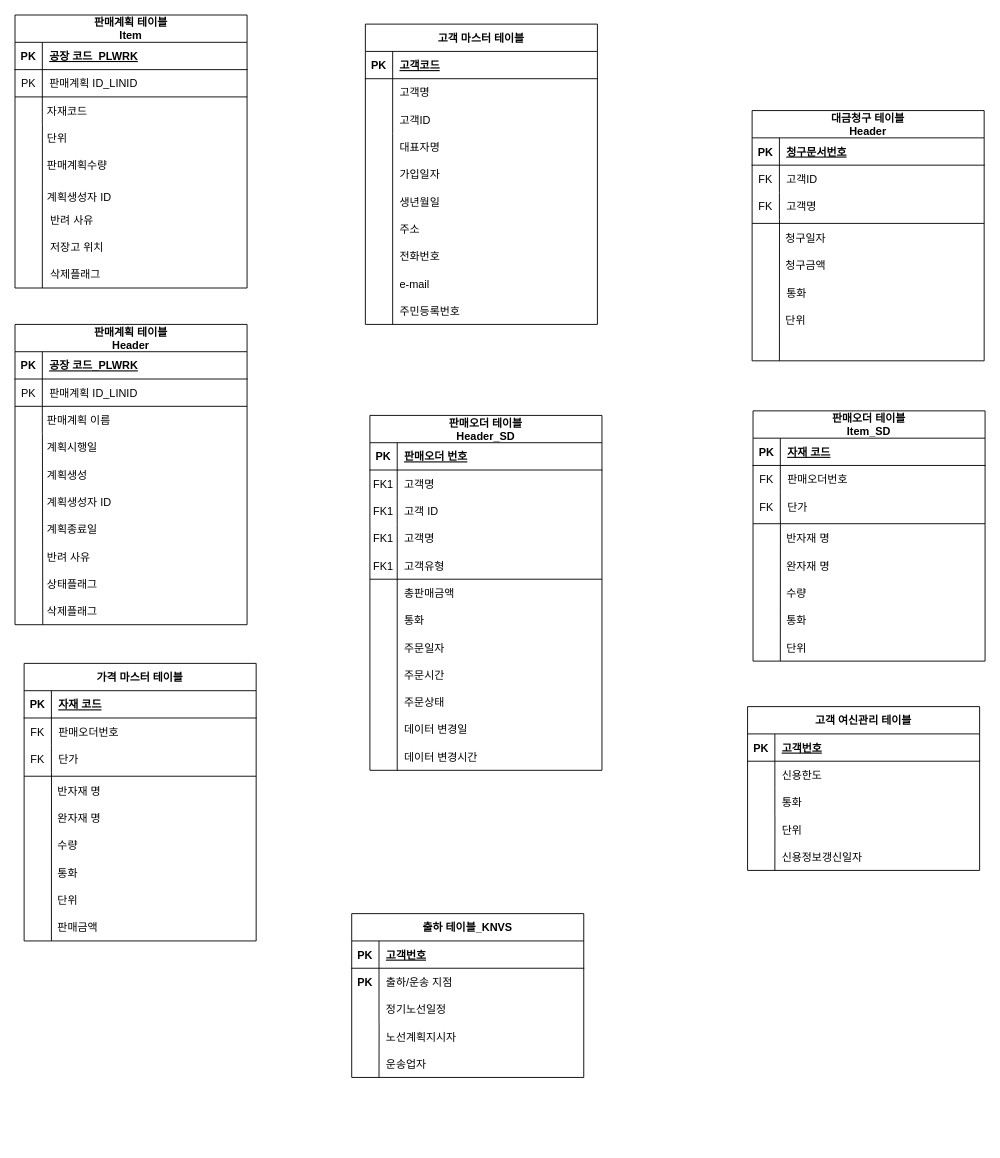
theboxx/haha keeps this draw.io diagram as ERD.drawio. Above is the earlier version. Source tidied: cells renumbered, new cells numbered last; positions are measured from the earlier drawing's top-left corner, leaving out a move shared by most shapes. Both pictures are drawn from the tidied source at 91%, with x=0, y=0 at pixel (15, 15).
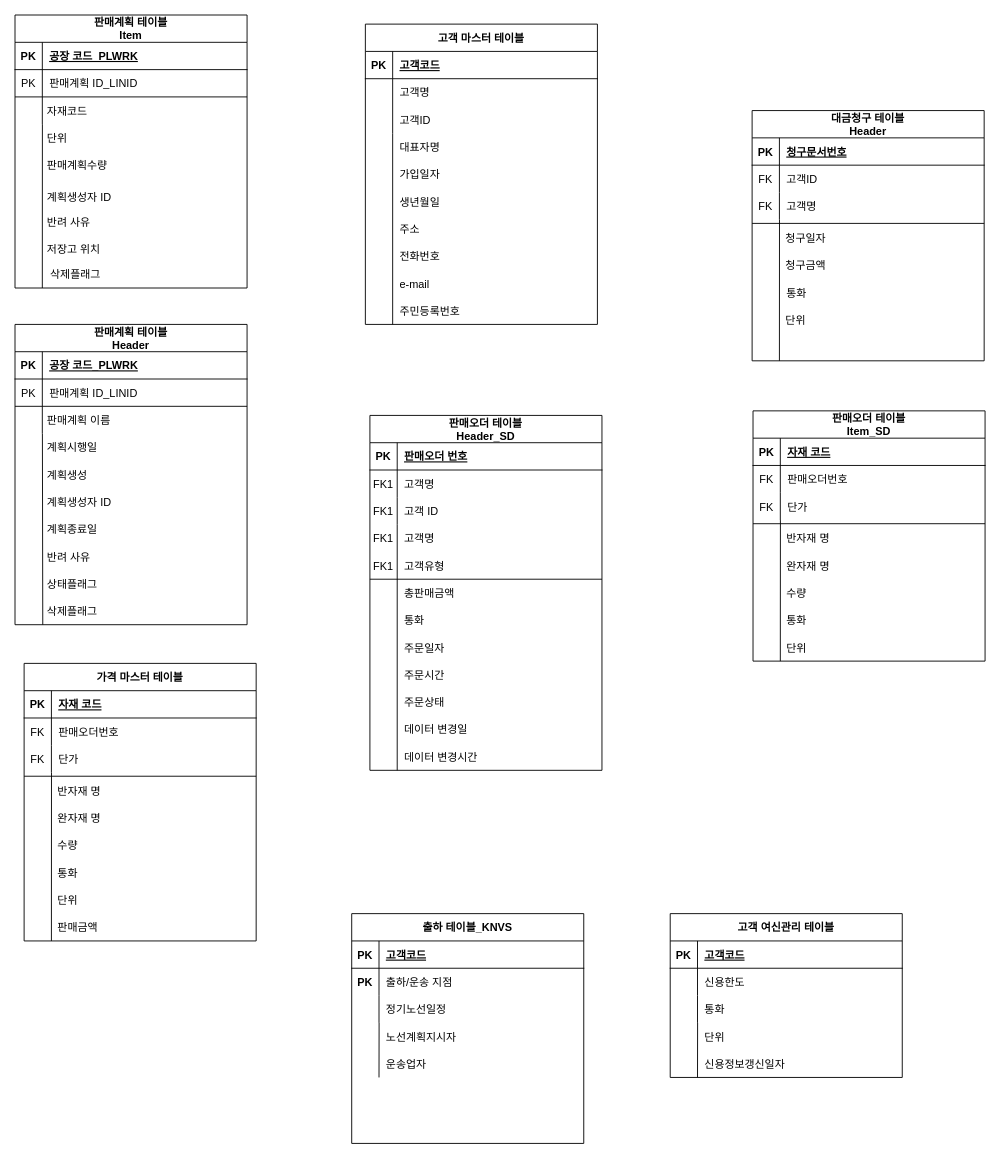
Above is the later version.

Unchanged cells that the change refers to:
```xml
<mxCell id="134" style="shape=partialRectangle;fillColor=none;top=0;left=0;right=0;bottom=1;" parent="133" vertex="1">
  <mxGeometry y="30" width="255" height="30" as="geometry" />
</mxCell>
<mxCell id="140" style="shape=partialRectangle;fillColor=none;points=[[0,0.5],[1,0.5]];portConstraint=eastwest;top=0;left=0;right=0;bottom=0;" parent="133" vertex="1">
  <mxGeometry y="90" width="255" height="30" as="geometry" />
</mxCell>
<mxCell id="149" style="shape=partialRectangle;fillColor=none;top=0;left=0;right=0;bottom=1;" parent="148" vertex="1">
  <mxGeometry y="30" width="255" height="30" as="geometry" />
</mxCell>
```

The edit, as a diff of the source:
```diff
@@
     <mxCell id="113" value="반려 사유" style="shape=partialRectangle;overflow=hidden;fillColor=none;top=0;left=0;bottom=0;right=0;align=left;spacingLeft=6;" parent="1" vertex="1">
-      <mxGeometry x="31" y="210" width="220" height="30" as="geometry" />
+      <mxGeometry x="27.5" y="212.5" width="220" height="30" as="geometry" />
     </mxCell>
@@
     <mxCell id="116" value="저장고 위치" style="shape=partialRectangle;overflow=hidden;fillColor=none;top=0;left=0;bottom=0;right=0;align=left;spacingLeft=6;" parent="1" vertex="1">
-      <mxGeometry x="31" y="240" width="220" height="30" as="geometry" />
+      <mxGeometry x="27.5" y="242.5" width="220" height="30" as="geometry" />
     </mxCell>
@@
     <mxCell id="133" value="고객 여신관리 테이블" style="shape=table;startSize=30;childLayout=tableLayout;rowLines=0;fontStyle=1;align=center;" parent="1" vertex="1">
-      <mxGeometry x="805" y="760" width="255" height="180" as="geometry" />
+      <mxGeometry x="720" y="987.5" width="255" height="180" as="geometry" />
     </mxCell>
@@
-    <mxCell id="136" value="고객번호" style="shape=partialRectangle;overflow=hidden;fillColor=none;top=0;left=0;bottom=0;right=0;align=left;spacingLeft=6;fontStyle=5;" parent="134" vertex="1">
+    <mxCell id="136" value="고객코드" style="shape=partialRectangle;overflow=hidden;fillColor=none;top=0;left=0;bottom=0;right=0;align=left;spacingLeft=6;fontStyle=5;" parent="134" vertex="1">
       <mxGeometry x="30" width="225" height="30" as="geometry" />
     </mxCell>
@@
     <mxCell id="143" style="endArrow=none;html=1;rounded=0;entryX=0.118;entryY=1;entryDx=0;entryDy=0;entryPerimeter=0;" parent="1" edge="1" target="140">
       <mxGeometry relative="1" as="geometry">
-        <mxPoint x="835" y="940" as="sourcePoint" />
+        <mxPoint x="750" y="1167.5" as="sourcePoint" />
       </mxGeometry>
     </mxCell>
     <mxCell id="144" value="신용한도" style="shape=partialRectangle;overflow=hidden;fillColor=none;top=0;left=0;bottom=0;right=0;align=left;spacingLeft=6;" parent="1" vertex="1">
-      <mxGeometry x="835" y="820" width="220" height="30" as="geometry" />
+      <mxGeometry x="750" y="1047.5" width="220" height="30" as="geometry" />
     </mxCell>
     <mxCell id="145" value="통화" style="shape=partialRectangle;overflow=hidden;fillColor=none;top=0;left=0;bottom=0;right=0;align=left;spacingLeft=6;" parent="1" vertex="1">
-      <mxGeometry x="835" y="850" width="220" height="30" as="geometry" />
+      <mxGeometry x="750" y="1077.5" width="220" height="30" as="geometry" />
     </mxCell>
     <mxCell id="146" value="단위" style="shape=partialRectangle;overflow=hidden;fillColor=none;top=0;left=0;bottom=0;right=0;align=left;spacingLeft=6;" parent="1" vertex="1">
-      <mxGeometry x="835" y="880" width="220" height="30" as="geometry" />
+      <mxGeometry x="750" y="1107.5" width="220" height="30" as="geometry" />
     </mxCell>
     <mxCell id="147" value="신용정보갱신일자" style="shape=partialRectangle;overflow=hidden;fillColor=none;top=0;left=0;bottom=0;right=0;align=left;spacingLeft=6;" parent="1" vertex="1">
-      <mxGeometry x="835" y="910" width="220" height="30" as="geometry" />
+      <mxGeometry x="750" y="1137.5" width="220" height="30" as="geometry" />
     </mxCell>
     <mxCell id="148" value="출하 테이블_KNVS" style="shape=table;startSize=30;childLayout=tableLayout;rowLines=0;fontStyle=1;align=center;" parent="1" vertex="1">
-      <mxGeometry x="370" y="987.5" width="255" height="180" as="geometry" />
+      <mxGeometry x="370" y="987.5" width="255" height="252.5" as="geometry" />
     </mxCell>
@@
-    <mxCell id="151" value="고객번호" style="shape=partialRectangle;overflow=hidden;fillColor=none;top=0;left=0;bottom=0;right=0;align=left;spacingLeft=6;fontStyle=5;" parent="149" vertex="1">
+    <mxCell id="151" value="고객코드" style="shape=partialRectangle;overflow=hidden;fillColor=none;top=0;left=0;bottom=0;right=0;align=left;spacingLeft=6;fontStyle=5;" parent="149" vertex="1">
       <mxGeometry x="30" width="225" height="30" as="geometry" />
     </mxCell>
```
